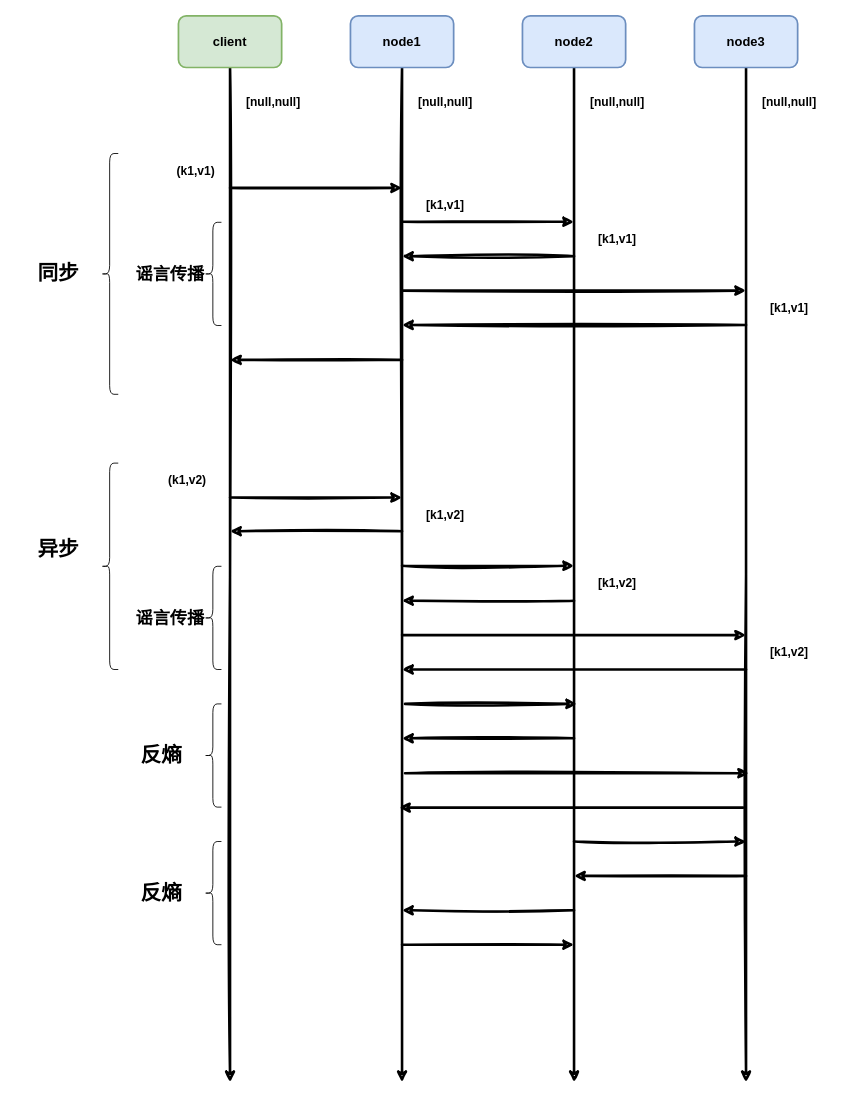
Before: distributed/gossip-1.drawio in donscoco/diagrams, a draw.io diagram. Source tidied: cells renumbered, new cells numbered last; positions are measured from the earlier drawing's top-left corner, leaving out a move shared by most shapes. Both pictures are drawn from the tidied source at 86%, with x=0, y=0 at pixel (15, 15).
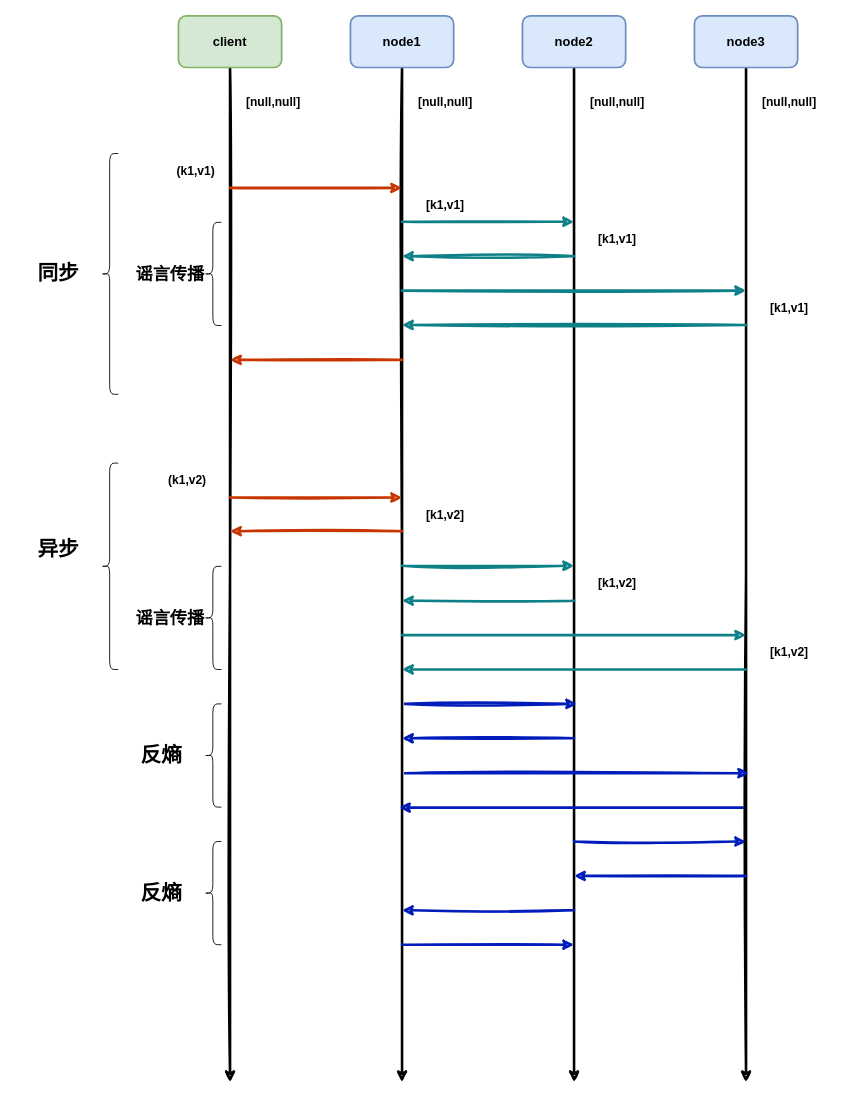
The same page after the edit.

The edit, as a diff of the source:
```diff
@@
-    <mxCell id="10" style="endArrow=classic;html=1;rounded=0;sketch=1;strokeWidth=3;fontSize=14;" parent="1" edge="1">
+    <mxCell id="10" style="endArrow=classic;html=1;rounded=0;sketch=1;strokeWidth=3;fontSize=14;fillColor=#fa6800;strokeColor=#C73500;" parent="1" edge="1">
       <mxGeometry relative="1" as="geometry">
         <mxPoint x="250" y="200" as="sourcePoint" />
         <mxPoint x="450" y="200" as="targetPoint" />
       </mxGeometry>
     </mxCell>
@@
-    <mxCell id="12" style="endArrow=classic;html=1;rounded=0;sketch=1;strokeWidth=3;fontSize=15;" parent="1" edge="1">
+    <mxCell id="12" style="endArrow=classic;html=1;rounded=0;sketch=1;strokeWidth=3;fontSize=15;fillColor=#b0e3e6;strokeColor=#0e8088;" parent="1" edge="1">
       <mxGeometry relative="1" as="geometry">
         <mxPoint x="450" y="319.4" as="sourcePoint" />
         <mxPoint x="850" y="319.4" as="targetPoint" />
       </mxGeometry>
     </mxCell>
@@
-    <mxCell id="14" style="endArrow=classic;html=1;rounded=0;sketch=1;strokeWidth=3;fontSize=15;" parent="1" edge="1">
+    <mxCell id="14" style="endArrow=classic;html=1;rounded=0;sketch=1;strokeWidth=3;fontSize=15;fillColor=#fa6800;strokeColor=#C73500;" parent="1" edge="1">
       <mxGeometry relative="1" as="geometry">
         <mxPoint x="450" y="400" as="sourcePoint" />
         <mxPoint x="250" y="400" as="targetPoint" />
       </mxGeometry>
     </mxCell>
-    <mxCell id="15" style="endArrow=classic;html=1;rounded=0;sketch=1;strokeWidth=3;fontSize=15;" parent="1" edge="1">
+    <mxCell id="15" style="endArrow=classic;html=1;rounded=0;sketch=1;strokeWidth=3;fontSize=15;fillColor=#b0e3e6;strokeColor=#0e8088;" parent="1" edge="1">
       <mxGeometry relative="1" as="geometry">
         <mxPoint x="850" y="359.4" as="sourcePoint" />
         <mxPoint x="450" y="359.4" as="targetPoint" />
       </mxGeometry>
     </mxCell>
-    <mxCell id="16" style="endArrow=classic;html=1;rounded=0;sketch=1;strokeWidth=3;fontSize=14;" parent="1" edge="1">
+    <mxCell id="16" style="endArrow=classic;html=1;rounded=0;sketch=1;strokeWidth=3;fontSize=14;fillColor=#fa6800;strokeColor=#C73500;" parent="1" edge="1">
       <mxGeometry relative="1" as="geometry">
         <mxPoint x="250" y="560" as="sourcePoint" />
         <mxPoint x="450" y="560" as="targetPoint" />
       </mxGeometry>
     </mxCell>
-    <mxCell id="17" style="endArrow=classic;html=1;rounded=0;sketch=1;strokeWidth=3;fontSize=15;" parent="1" edge="1">
+    <mxCell id="17" style="endArrow=classic;html=1;rounded=0;sketch=1;strokeWidth=3;fontSize=15;fillColor=#b0e3e6;strokeColor=#0e8088;" parent="1" edge="1">
       <mxGeometry relative="1" as="geometry">
         <mxPoint x="450" y="720" as="sourcePoint" />
         <mxPoint x="850" y="720" as="targetPoint" />
       </mxGeometry>
     </mxCell>
@@
-    <mxCell id="22" style="endArrow=classic;html=1;rounded=0;sketch=1;strokeWidth=3;fontSize=15;" parent="1" edge="1">
+    <mxCell id="22" style="endArrow=classic;html=1;rounded=0;sketch=1;strokeWidth=3;fontSize=15;fillColor=#fa6800;strokeColor=#C73500;" parent="1" edge="1">
       <mxGeometry relative="1" as="geometry">
         <mxPoint x="450" y="599.2" as="sourcePoint" />
         <mxPoint x="250" y="599.2" as="targetPoint" />
       </mxGeometry>
     </mxCell>
-    <mxCell id="23" style="endArrow=classic;html=1;rounded=0;sketch=1;strokeWidth=3;fontSize=15;" parent="1" edge="1">
+    <mxCell id="23" style="endArrow=classic;html=1;rounded=0;sketch=1;strokeWidth=3;fontSize=15;fillColor=#b0e3e6;strokeColor=#0e8088;" parent="1" edge="1">
       <mxGeometry relative="1" as="geometry">
         <mxPoint x="850" y="760" as="sourcePoint" />
         <mxPoint x="450" y="760" as="targetPoint" />
       </mxGeometry>
     </mxCell>
@@
-    <mxCell id="26" style="endArrow=classic;html=1;rounded=0;sketch=1;strokeWidth=3;fontSize=14;" parent="1" edge="1">
+    <mxCell id="26" style="endArrow=classic;html=1;rounded=0;sketch=1;strokeWidth=3;fontSize=14;fillColor=#b0e3e6;strokeColor=#0e8088;" parent="1" edge="1">
       <mxGeometry relative="1" as="geometry">
         <mxPoint x="450" y="239.4" as="sourcePoint" />
         <mxPoint x="650" y="239.4" as="targetPoint" />
       </mxGeometry>
     </mxCell>
-    <mxCell id="27" style="endArrow=classic;html=1;rounded=0;sketch=1;strokeWidth=3;fontSize=15;" parent="1" edge="1">
+    <mxCell id="27" style="endArrow=classic;html=1;rounded=0;sketch=1;strokeWidth=3;fontSize=15;fillColor=#b0e3e6;strokeColor=#0e8088;" parent="1" edge="1">
       <mxGeometry relative="1" as="geometry">
         <mxPoint x="650" y="279.4" as="sourcePoint" />
         <mxPoint x="450" y="279.4" as="targetPoint" />
       </mxGeometry>
     </mxCell>
@@
-    <mxCell id="31" style="endArrow=classic;html=1;rounded=0;sketch=1;strokeWidth=3;fontSize=14;" parent="1" edge="1">
+    <mxCell id="31" style="endArrow=classic;html=1;rounded=0;sketch=1;strokeWidth=3;fontSize=14;fillColor=#b0e3e6;strokeColor=#0e8088;" parent="1" edge="1">
       <mxGeometry relative="1" as="geometry">
         <mxPoint x="450" y="639.4" as="sourcePoint" />
         <mxPoint x="650" y="639.4" as="targetPoint" />
       </mxGeometry>
     </mxCell>
-    <mxCell id="32" style="endArrow=classic;html=1;rounded=0;sketch=1;strokeWidth=3;fontSize=15;" parent="1" edge="1">
+    <mxCell id="32" style="endArrow=classic;html=1;rounded=0;sketch=1;strokeWidth=3;fontSize=15;fillColor=#b0e3e6;strokeColor=#0e8088;" parent="1" edge="1">
       <mxGeometry relative="1" as="geometry">
         <mxPoint x="650" y="680" as="sourcePoint" />
         <mxPoint x="450" y="680" as="targetPoint" />
       </mxGeometry>
     </mxCell>
@@
-    <mxCell id="34" style="endArrow=classic;html=1;rounded=0;sketch=1;strokeWidth=3;fontSize=15;" parent="1" edge="1">
+    <mxCell id="34" style="endArrow=classic;html=1;rounded=0;sketch=1;strokeWidth=3;fontSize=15;fillColor=#0050ef;strokeColor=#001DBC;" parent="1" edge="1">
       <mxGeometry relative="1" as="geometry">
         <mxPoint x="453.5" y="880.6" as="sourcePoint" />
         <mxPoint x="853.5" y="880.6" as="targetPoint" />
       </mxGeometry>
     </mxCell>
-    <mxCell id="35" style="endArrow=classic;html=1;rounded=0;sketch=1;strokeWidth=3;fontSize=15;" parent="1" edge="1">
+    <mxCell id="35" style="endArrow=classic;html=1;rounded=0;sketch=1;strokeWidth=3;fontSize=15;fillColor=#0050ef;strokeColor=#001DBC;" parent="1" edge="1">
       <mxGeometry relative="1" as="geometry">
         <mxPoint x="846.5" y="920.6" as="sourcePoint" />
         <mxPoint x="446.5" y="920.6" as="targetPoint" />
       </mxGeometry>
     </mxCell>
-    <mxCell id="36" style="endArrow=classic;html=1;rounded=0;sketch=1;strokeWidth=3;fontSize=14;" parent="1" edge="1">
+    <mxCell id="36" style="endArrow=classic;html=1;rounded=0;sketch=1;strokeWidth=3;fontSize=14;fillColor=#0050ef;strokeColor=#001DBC;" parent="1" edge="1">
       <mxGeometry relative="1" as="geometry">
         <mxPoint x="453.5" y="800" as="sourcePoint" />
         <mxPoint x="653.5" y="800" as="targetPoint" />
       </mxGeometry>
     </mxCell>
-    <mxCell id="37" style="endArrow=classic;html=1;rounded=0;sketch=1;strokeWidth=3;fontSize=15;" parent="1" edge="1">
+    <mxCell id="37" style="endArrow=classic;html=1;rounded=0;sketch=1;strokeWidth=3;fontSize=15;fillColor=#0050ef;strokeColor=#001DBC;" parent="1" edge="1">
       <mxGeometry relative="1" as="geometry">
         <mxPoint x="650" y="840" as="sourcePoint" />
         <mxPoint x="450" y="840" as="targetPoint" />
       </mxGeometry>
     </mxCell>
@@
-    <mxCell id="45" style="endArrow=classic;html=1;rounded=0;sketch=1;strokeWidth=3;fontSize=14;" parent="1" edge="1">
+    <mxCell id="45" style="endArrow=classic;html=1;rounded=0;sketch=1;strokeWidth=3;fontSize=14;fillColor=#0050ef;strokeColor=#001DBC;" parent="1" edge="1">
       <mxGeometry relative="1" as="geometry">
         <mxPoint x="650" y="960" as="sourcePoint" />
         <mxPoint x="850" y="960" as="targetPoint" />
       </mxGeometry>
     </mxCell>
-    <mxCell id="46" style="endArrow=classic;html=1;rounded=0;sketch=1;strokeWidth=3;fontSize=15;" parent="1" edge="1">
+    <mxCell id="46" style="endArrow=classic;html=1;rounded=0;sketch=1;strokeWidth=3;fontSize=15;fillColor=#0050ef;strokeColor=#001DBC;" parent="1" edge="1">
       <mxGeometry relative="1" as="geometry">
         <mxPoint x="850" y="1000" as="sourcePoint" />
         <mxPoint x="650" y="1000" as="targetPoint" />
       </mxGeometry>
     </mxCell>
-    <mxCell id="47" style="endArrow=classic;html=1;rounded=0;sketch=1;strokeWidth=3;fontSize=14;" parent="1" edge="1">
+    <mxCell id="47" style="endArrow=classic;html=1;rounded=0;sketch=1;strokeWidth=3;fontSize=14;fillColor=#0050ef;strokeColor=#001DBC;" parent="1" edge="1">
       <mxGeometry relative="1" as="geometry">
         <mxPoint x="450" y="1080" as="sourcePoint" />
         <mxPoint x="650" y="1080" as="targetPoint" />
       </mxGeometry>
     </mxCell>
-    <mxCell id="48" style="endArrow=classic;html=1;rounded=0;sketch=1;strokeWidth=3;fontSize=15;" parent="1" edge="1">
+    <mxCell id="48" style="endArrow=classic;html=1;rounded=0;sketch=1;strokeWidth=3;fontSize=15;fillColor=#0050ef;strokeColor=#001DBC;" parent="1" edge="1">
       <mxGeometry relative="1" as="geometry">
         <mxPoint x="650" y="1040" as="sourcePoint" />
         <mxPoint x="450" y="1040" as="targetPoint" />
       </mxGeometry>
     </mxCell>
```
